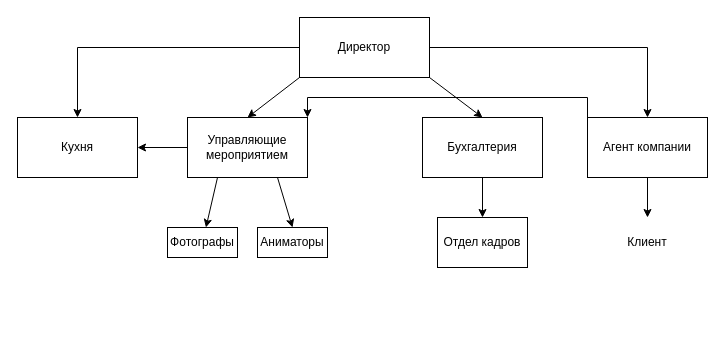
Before: Организационная структура.drawio in Aazmandiuc/DataBases, a draw.io diagram. Source tidied: cells renumbered, new cells numbered last; positions are measured from the earlier drawing's top-left corner, leaving out a move shared by most shapes. Both pictures are drawn from the tidied source at 100%, with x=0, y=0 at pixel (17, 17).
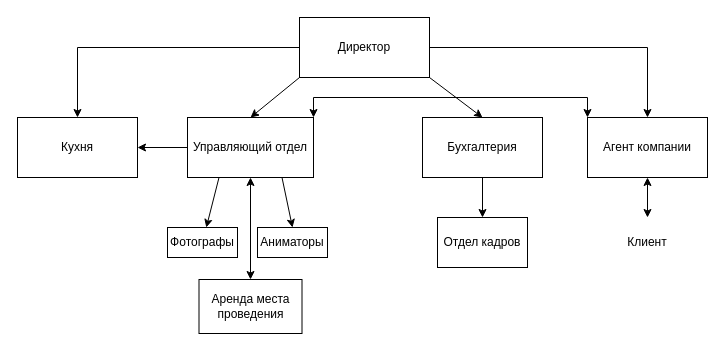
The same page after the edit.

Unchanged cells that the change refers to:
```xml
<mxCell id="11" value="Агент компании" style="rounded=0;whiteSpace=wrap;html=1;" parent="1" vertex="1">
  <mxGeometry x="570" y="100" width="120" height="60" as="geometry" />
</mxCell>
<mxCell id="12" value="Клиент" style="text;html=1;strokeColor=none;fillColor=none;align=center;verticalAlign=middle;whiteSpace=wrap;rounded=0;" parent="1" vertex="1">
  <mxGeometry x="590" y="200" width="80" height="50" as="geometry" />
</mxCell>
```

Change to the diagram source:
```diff
@@
-    <mxCell id="9" style="jettySize=auto;html=1;exitX=0.5;exitY=1;exitDx=0;exitDy=0;entryX=0.5;entryY=0;entryDx=0;entryDy=0;rounded=0;" parent="1" edge="1" source="11" target="12">
-      <mxGeometry relative="1" as="geometry" />
-    </mxCell>
-    <mxCell id="10" style="edgeStyle=orthogonalEdgeStyle;jettySize=auto;html=1;exitX=0;exitY=0;exitDx=0;exitDy=0;entryX=1;entryY=0;entryDx=0;entryDy=0;rounded=0;" parent="1" edge="1" source="11" target="16">
+    <mxCell id="10" style="edgeStyle=orthogonalEdgeStyle;jettySize=auto;html=1;exitX=0;exitY=0;exitDx=0;exitDy=0;entryX=1;entryY=0;entryDx=0;entryDy=0;rounded=0;startArrow=classic;startFill=1;" parent="1" edge="1" source="11" target="16">
       <mxGeometry relative="1" as="geometry" />
     </mxCell>
@@
-    <mxCell id="16" value="Управляющие мероприятием" style="rounded=0;whiteSpace=wrap;html=1;" parent="1" vertex="1">
-      <mxGeometry x="170" y="100" width="120" height="60" as="geometry" />
+    <mxCell id="16" value="Управляющий отдел" style="rounded=0;whiteSpace=wrap;html=1;" parent="1" vertex="1">
+      <mxGeometry x="170" y="100" width="126" height="60" as="geometry" />
     </mxCell>
@@
+    <mxCell id="21" style="edgeStyle=orthogonalEdgeStyle;jettySize=auto;html=1;exitX=0.5;exitY=1;exitDx=0;exitDy=0;entryX=0.5;entryY=0;entryDx=0;entryDy=0;rounded=0;startArrow=classic;startFill=1;" parent="1" edge="1" source="16" target="22">
+      <mxGeometry relative="1" as="geometry" />
+    </mxCell>
+    <mxCell id="22" value="Аренда места проведения" style="rounded=0;whiteSpace=wrap;html=1;" parent="1" vertex="1">
+      <mxGeometry x="181.5" y="262" width="103" height="54" as="geometry" />
+    </mxCell>
+    <mxCell id="9" style="edgeStyle=orthogonalEdgeStyle;jettySize=auto;html=1;exitX=0.5;exitY=1;exitDx=0;exitDy=0;entryX=0.5;entryY=0;entryDx=0;entryDy=0;rounded=0;startArrow=classic;startFill=1;" parent="1" edge="1" source="11" target="12">
+      <mxGeometry relative="1" as="geometry" />
+    </mxCell>
```
